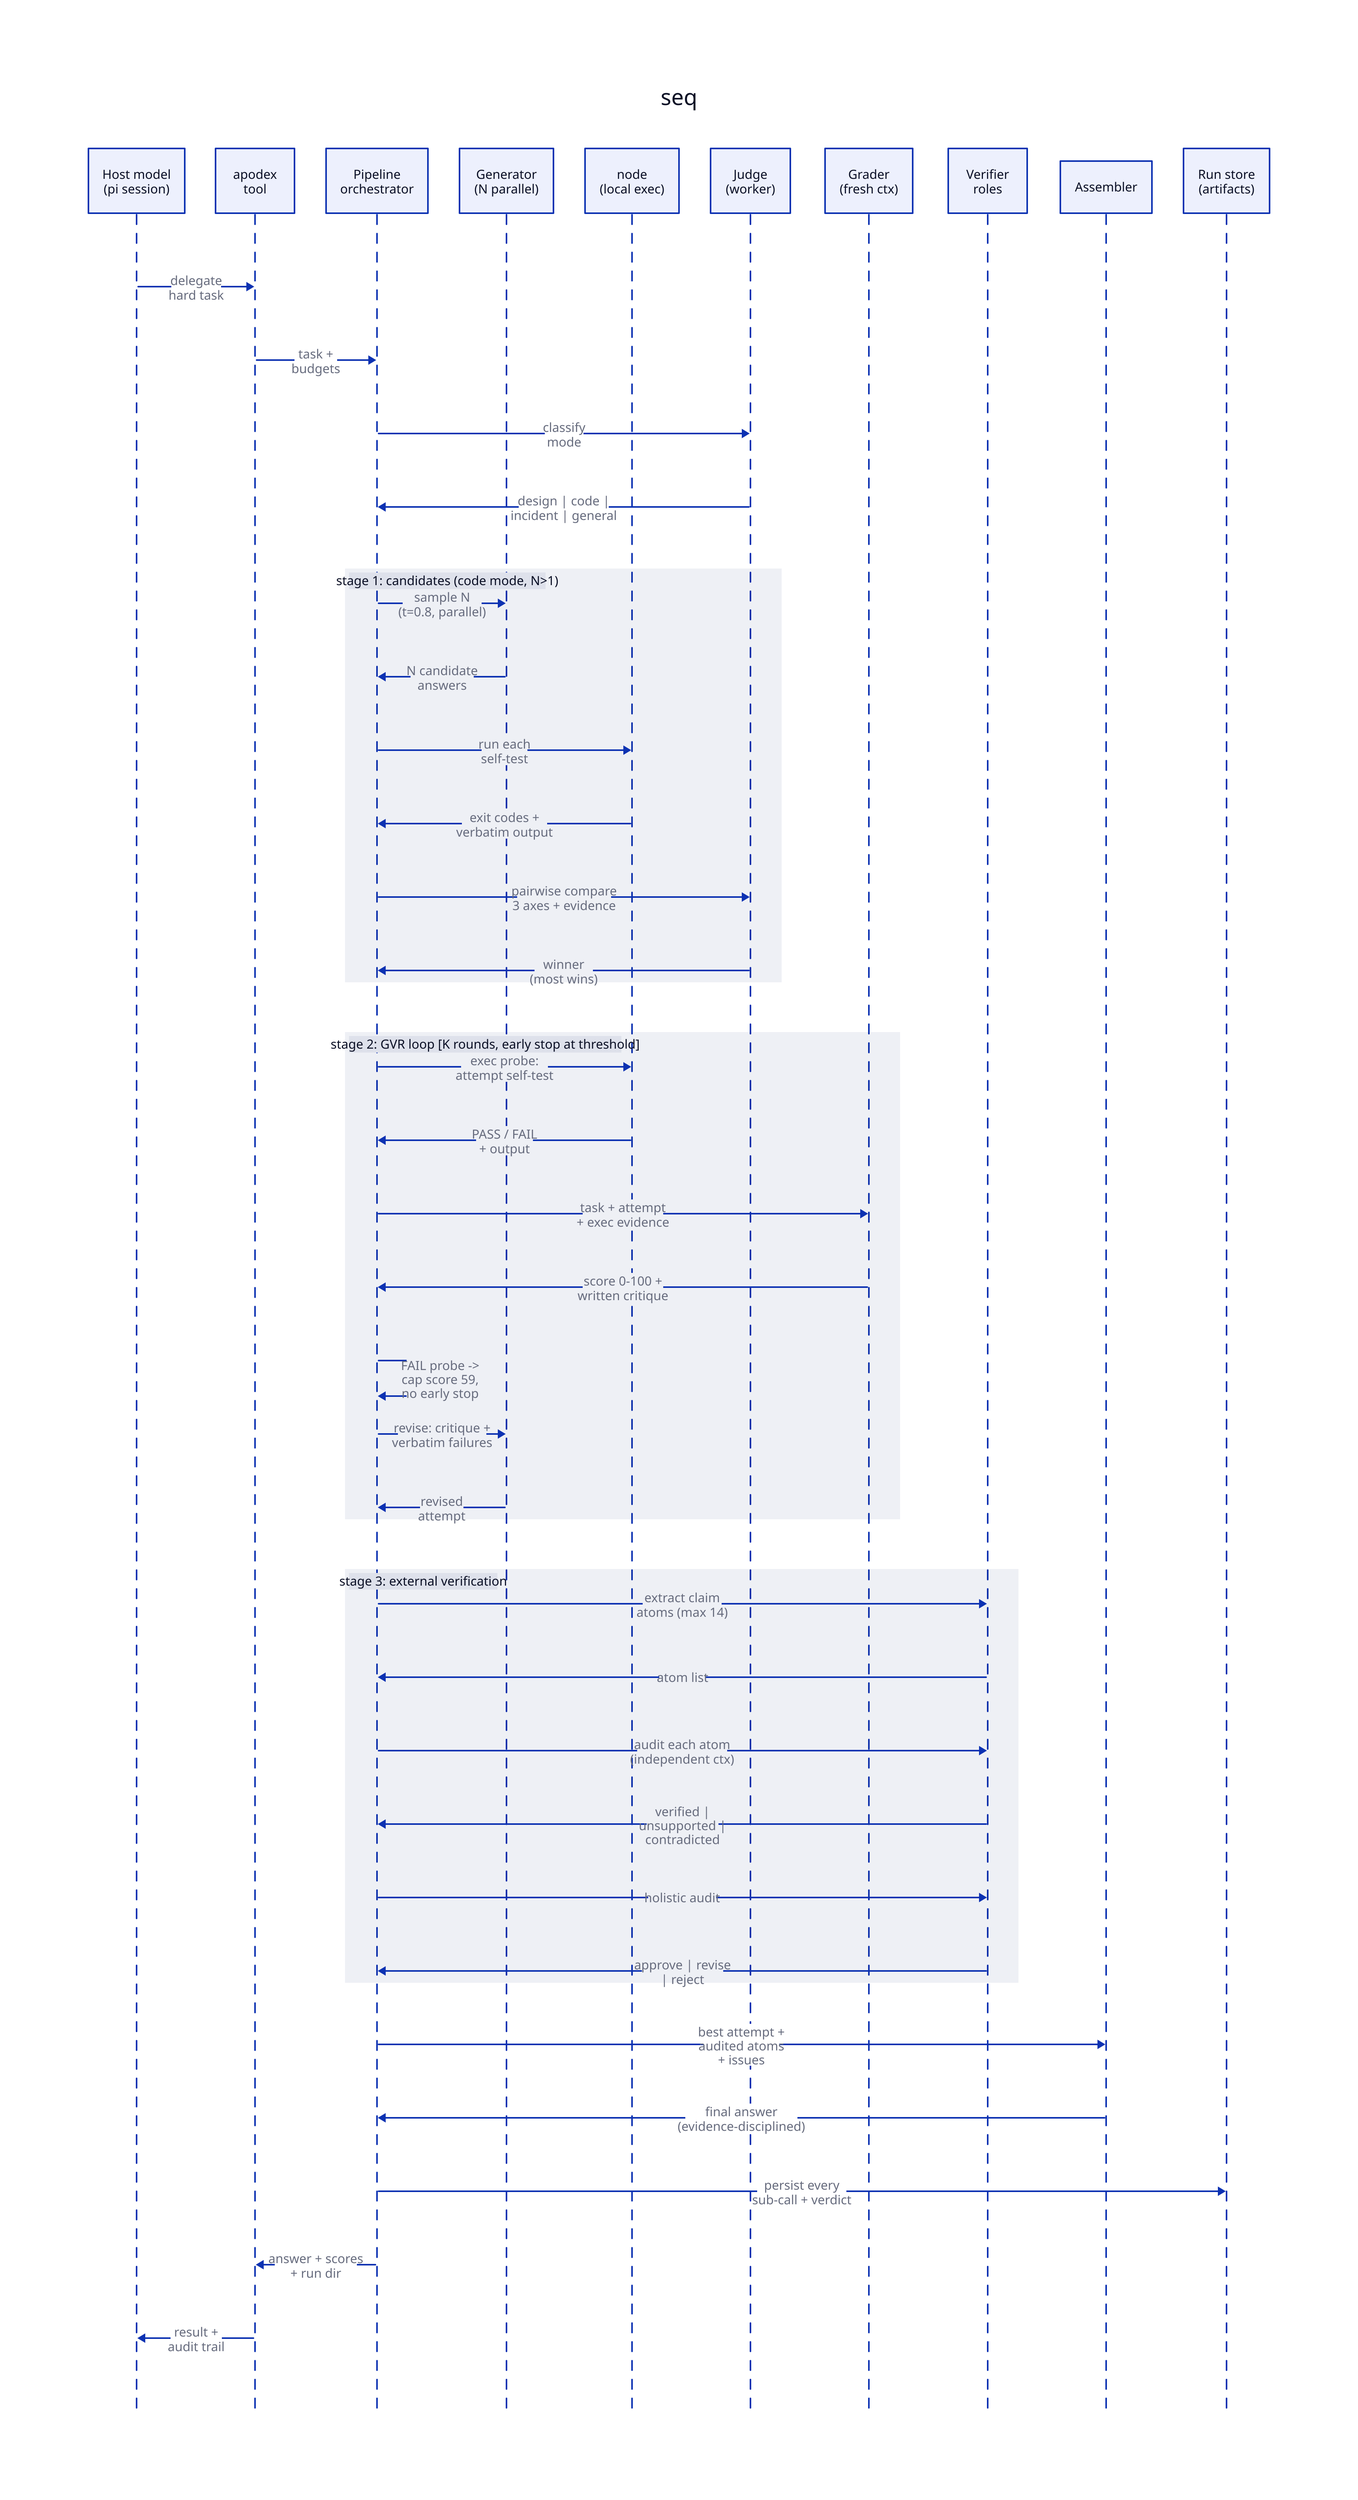
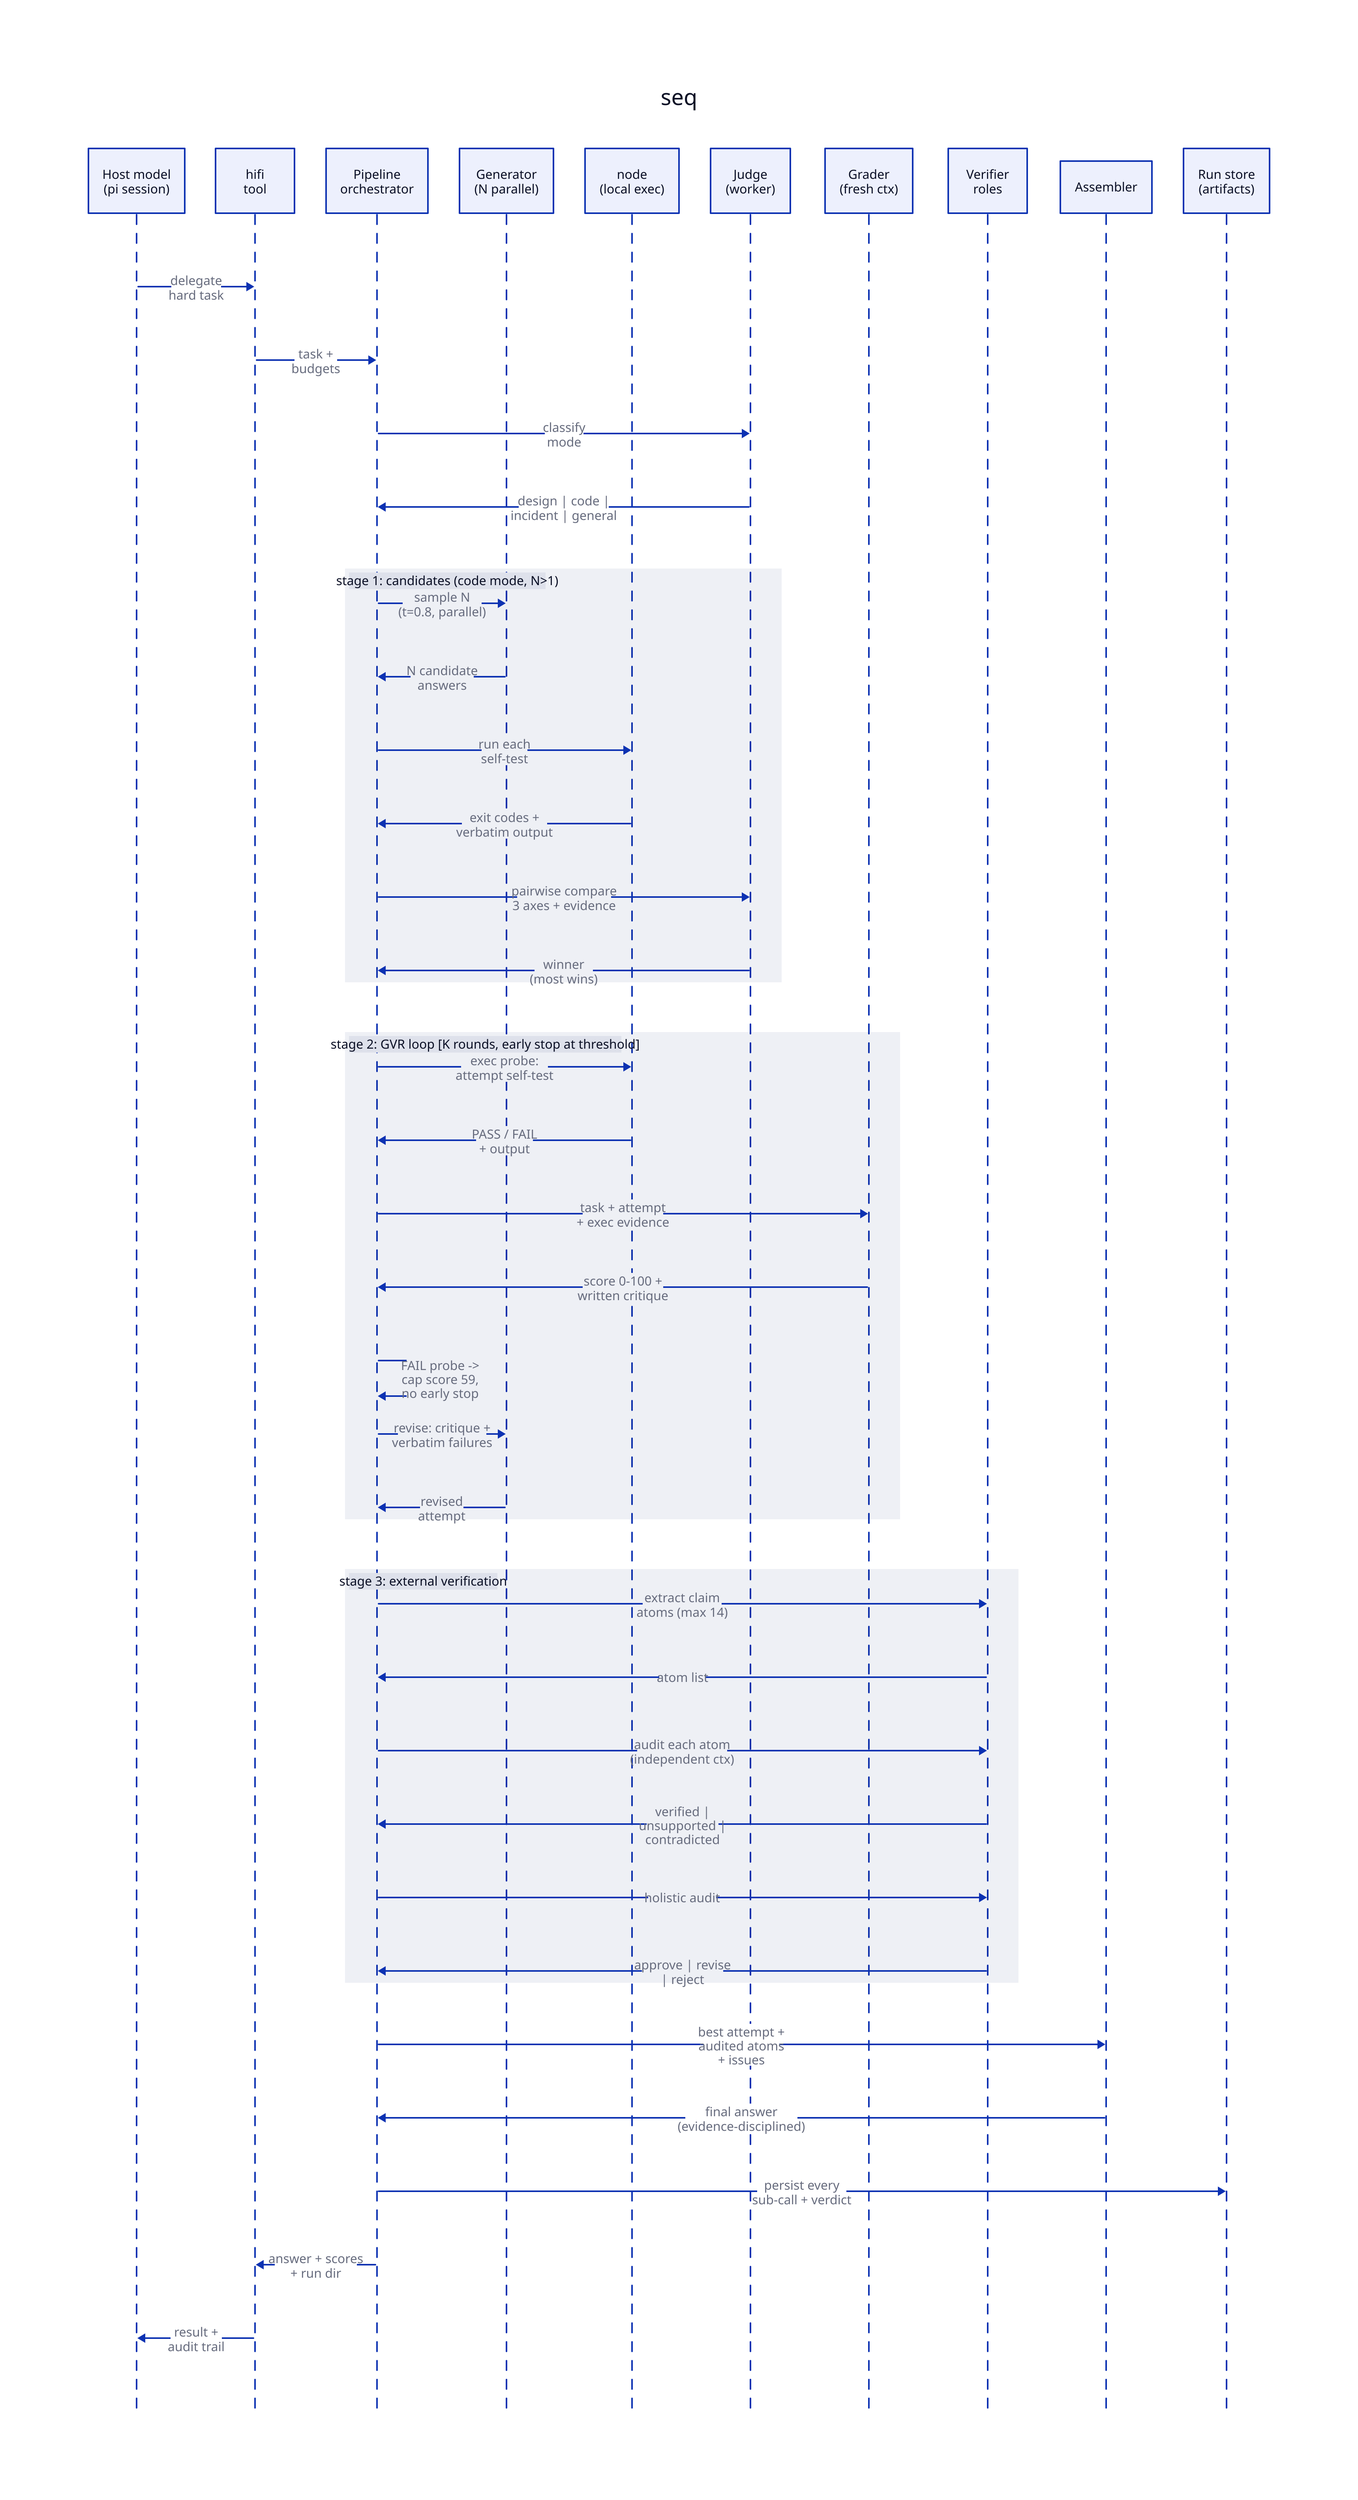
seq: {
  shape: sequence_diagram

  j_host: "Host model\n(pi session)"
-   ops_tool: "apodex\ntool"
+   ops_tool: "hifi\ntool"
  ops_pipe: "Pipeline\norchestrator"
  py_gen: "Generator\n(N parallel)"
  cpp_node: "node\n(local exec)"
  py_judge: "Judge\n(worker)"
  py_grader: "Grader\n(fresh ctx)"
  py_verif: "Verifier\nroles"
  py_asm: Assembler
  db_runs: "Run store\n(artifacts)"

  j_host -> ops_tool: "delegate\nhard task"
  ops_tool -> ops_pipe: "task +\nbudgets"
  ops_pipe -> py_judge: "classify\nmode"
  py_judge -> ops_pipe: "design | code |\nincident | general"

  selection: {
    label: "stage 1: candidates (code mode, N>1)"

    ops_pipe -> py_gen: "sample N\n(t=0.8, parallel)"
    py_gen -> ops_pipe: "N candidate\nanswers"
    ops_pipe -> cpp_node: "run each\nself-test"
    cpp_node -> ops_pipe: "exit codes +\nverbatim output"
    ops_pipe -> py_judge: "pairwise compare\n3 axes + evidence"
    py_judge -> ops_pipe: "winner\n(most wins)"
  }

  gvr: {
    label: "stage 2: GVR loop [K rounds, early stop at threshold]"

    ops_pipe -> cpp_node: "exec probe:\nattempt self-test"
    cpp_node -> ops_pipe: "PASS / FAIL\n+ output"
    ops_pipe -> py_grader: "task + attempt\n+ exec evidence"
    py_grader -> ops_pipe: "score 0-100 +\nwritten critique"
    ops_pipe -> ops_pipe: "FAIL probe ->\ncap score 59,\nno early stop"
    ops_pipe -> py_gen: "revise: critique +\nverbatim failures"
    py_gen -> ops_pipe: "revised\nattempt"
  }

  verify: {
    label: "stage 3: external verification"

    ops_pipe -> py_verif: "extract claim\natoms (max 14)"
    py_verif -> ops_pipe: "atom list"
    ops_pipe -> py_verif: "audit each atom\n(independent ctx)"
    py_verif -> ops_pipe: "verified |\nunsupported |\ncontradicted"
    ops_pipe -> py_verif: "holistic audit"
    py_verif -> ops_pipe: "approve | revise\n| reject"
  }

  ops_pipe -> py_asm: "best attempt +\naudited atoms\n+ issues"
  py_asm -> ops_pipe: "final answer\n(evidence-disciplined)"
  ops_pipe -> db_runs: "persist every\nsub-call + verdict"
  ops_pipe -> ops_tool: "answer + scores\n+ run dir"
  ops_tool -> j_host: "result +\naudit trail"
}
